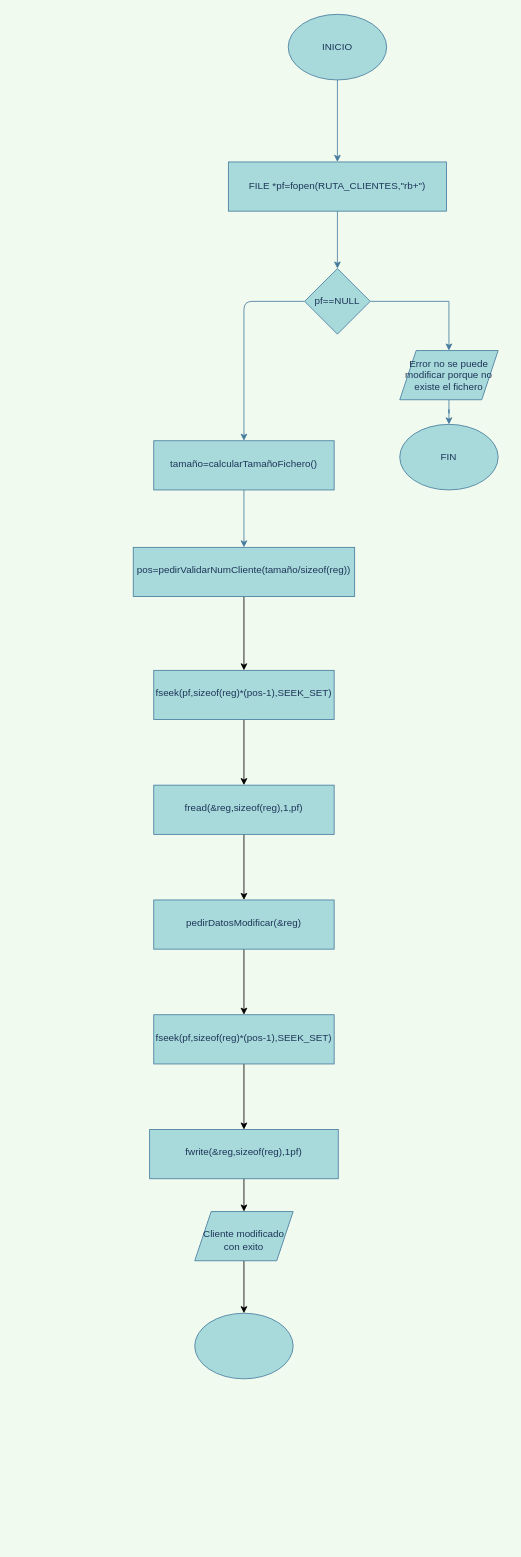
xabier100/PROGRAMACION_Proyecto_Servicios keeps this draw.io diagram as page "modificarCliente" (2 of 4) of ProyectoCXabierGarrote/ProyectoCXabierGarrote/OpcionesMenuClientes.drawio. Above is the earlier version. Source tidied: cells renumbered, new cells numbered last; positions are measured from the earlier drawing's top-left corner, leaving out a move shared by most shapes. Both pictures are drawn from the tidied source at 82%, with x=0, y=0 at pixel (133, 14).
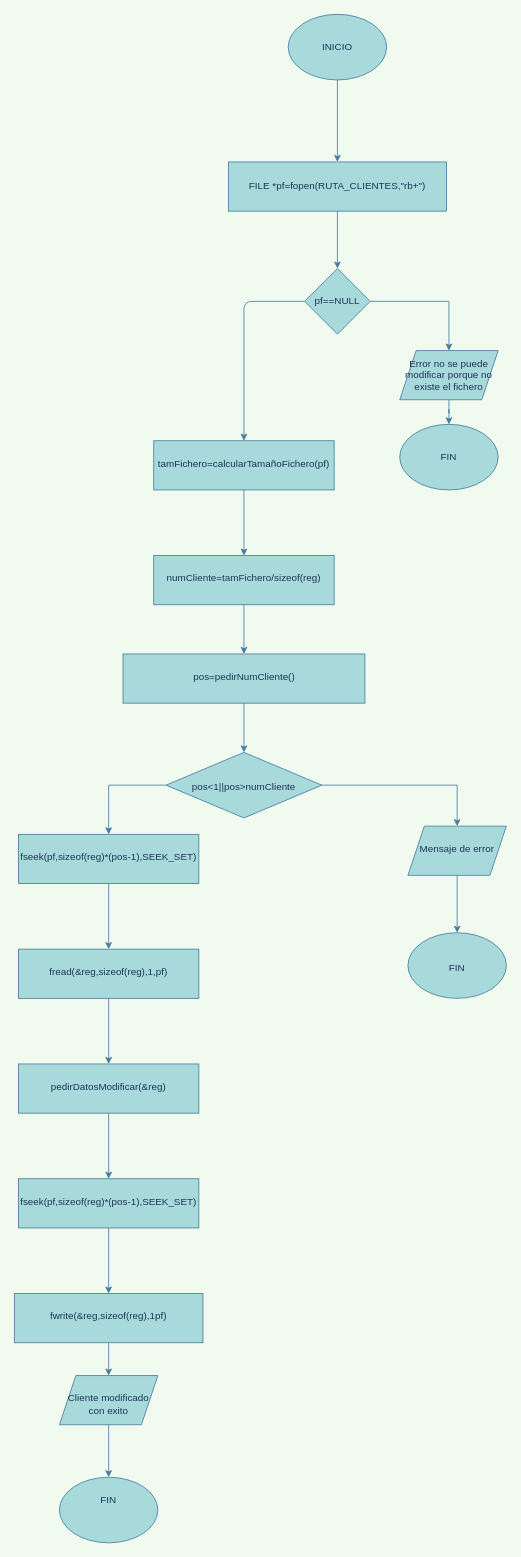
The same diagram, later.

The change refers to these unchanged cells:
```xml
<mxCell id="3" value="INICIO" style="ellipse;whiteSpace=wrap;html=1;fillColor=#A8DADC;strokeColor=#457B9D;fontColor=#1D3557;" parent="1" vertex="1">
  <mxGeometry x="189" width="120" height="80" as="geometry" />
</mxCell>
<mxCell id="5" value="FILE *pf=fopen(RUTA_CLIENTES,&quot;rb+&quot;)" style="whiteSpace=wrap;html=1;fontColor=#1D3557;strokeColor=#457B9D;fillColor=#A8DADC;" parent="1" vertex="1">
  <mxGeometry x="116" y="180" width="266" height="60" as="geometry" />
</mxCell>
<mxCell id="8" value="pf==NULL" style="rhombus;whiteSpace=wrap;html=1;fontColor=#1D3557;strokeColor=#457B9D;fillColor=#A8DADC;" parent="1" vertex="1">
  <mxGeometry x="209" y="310" width="80" height="80" as="geometry" />
</mxCell>
<mxCell id="10" value="Error no se puede modificar porque no existe el fichero" style="shape=parallelogram;perimeter=parallelogramPerimeter;whiteSpace=wrap;html=1;fixedSize=1;fontColor=#1D3557;strokeColor=#457B9D;fillColor=#A8DADC;" parent="1" vertex="1">
  <mxGeometry x="325" y="410" width="120" height="60" as="geometry" />
</mxCell>
<mxCell id="11" value="FIN" style="ellipse;whiteSpace=wrap;html=1;fontColor=#1D3557;strokeColor=#457B9D;fillColor=#A8DADC;" parent="1" vertex="1">
  <mxGeometry x="325" y="500" width="120" height="80" as="geometry" />
</mxCell>
```

What changed in the source:
```diff
@@
-    <mxCell id="2" style="edgeStyle=orthogonalEdgeStyle;rounded=0;jettySize=auto;html=1;labelBackgroundColor=#F1FAEE;strokeColor=#457B9D;fontColor=#1D3557;" parent="1" edge="1" source="3" target="5">
+    <mxCell id="2" style="edgeStyle=orthogonalEdgeStyle;rounded=0;jettySize=auto;html=1;strokeColor=#457B9D;fontColor=#1D3557;labelBackgroundColor=#F1FAEE;" parent="1" edge="1" source="3" target="5">
       <mxGeometry relative="1" as="geometry" />
     </mxCell>
@@
-    <mxCell id="4" style="edgeStyle=orthogonalEdgeStyle;rounded=0;jettySize=auto;html=1;labelBackgroundColor=#F1FAEE;strokeColor=#457B9D;fontColor=#1D3557;" parent="1" edge="1" source="5" target="8">
+    <mxCell id="4" style="edgeStyle=orthogonalEdgeStyle;rounded=0;jettySize=auto;html=1;strokeColor=#457B9D;fontColor=#1D3557;labelBackgroundColor=#F1FAEE;" parent="1" edge="1" source="5" target="8">
       <mxGeometry relative="1" as="geometry" />
     </mxCell>
@@
-    <mxCell id="6" style="edgeStyle=orthogonalEdgeStyle;rounded=0;jettySize=auto;html=1;labelBackgroundColor=#F1FAEE;strokeColor=#457B9D;fontColor=#1D3557;" parent="1" edge="1" source="8" target="10">
+    <mxCell id="6" style="edgeStyle=orthogonalEdgeStyle;rounded=0;jettySize=auto;html=1;strokeColor=#457B9D;fontColor=#1D3557;labelBackgroundColor=#F1FAEE;" parent="1" edge="1" source="8" target="10">
       <mxGeometry relative="1" as="geometry" />
     </mxCell>
-    <mxCell id="7" style="edgeStyle=orthogonalEdgeStyle;curved=0;rounded=1;sketch=0;jettySize=auto;html=1;strokeColor=#457B9D;fillColor=#A8DADC;fontColor=#1D3557;entryX=0.5;entryY=0;entryDx=0;entryDy=0;" parent="1" edge="1" source="8" target="13">
+    <mxCell id="7" style="edgeStyle=orthogonalEdgeStyle;curved=0;rounded=1;sketch=0;jettySize=auto;html=1;strokeColor=#457B9D;fillColor=#A8DADC;fontColor=#1D3557;entryX=0.5;entryY=0;entryDx=0;entryDy=0;labelBackgroundColor=#F1FAEE;" parent="1" edge="1" source="8" target="13">
       <mxGeometry relative="1" as="geometry">
         <Array as="points">
           <mxPoint x="135" y="350" />
         </Array>
       </mxGeometry>
     </mxCell>
@@
-    <mxCell id="9" style="edgeStyle=orthogonalEdgeStyle;curved=0;rounded=1;sketch=0;jettySize=auto;html=1;strokeColor=#457B9D;fillColor=#A8DADC;fontColor=#1D3557;" parent="1" edge="1" source="10" target="11">
+    <mxCell id="9" style="edgeStyle=orthogonalEdgeStyle;curved=0;rounded=1;sketch=0;jettySize=auto;html=1;strokeColor=#457B9D;fillColor=#A8DADC;fontColor=#1D3557;labelBackgroundColor=#F1FAEE;" parent="1" edge="1" source="10" target="11">
       <mxGeometry relative="1" as="geometry" />
     </mxCell>
@@
-    <mxCell id="12" style="edgeStyle=orthogonalEdgeStyle;curved=0;rounded=1;sketch=0;jettySize=auto;html=1;strokeColor=#457B9D;fillColor=#A8DADC;fontColor=#1D3557;" parent="1" edge="1" source="13" target="15">
-      <mxGeometry relative="1" as="geometry" />
-    </mxCell>
+    <mxCell id="29" style="edgeStyle=orthogonalEdgeStyle;rounded=0;jettySize=auto;html=1;labelBackgroundColor=#F1FAEE;strokeColor=#457B9D;fontColor=#1D3557;" parent="1" edge="1" source="13" target="32">
+      <mxGeometry relative="1" as="geometry" />
+    </mxCell>
-    <mxCell id="13" value="&lt;br&gt;tamaño=calcularTamañoFichero()" style="whiteSpace=wrap;html=1;rounded=0;fontColor=#1D3557;verticalAlign=top;strokeColor=#457B9D;fillColor=#A8DADC;sketch=0;" parent="1" vertex="1">
+    <mxCell id="13" value="&lt;br&gt;tamFichero=calcularTamañoFichero(pf)" style="whiteSpace=wrap;html=1;rounded=0;fontColor=#1D3557;verticalAlign=top;strokeColor=#457B9D;fillColor=#A8DADC;sketch=0;" parent="1" vertex="1">
       <mxGeometry x="25" y="520" width="220" height="60" as="geometry" />
     </mxCell>
-    <mxCell id="14" style="edgeStyle=orthogonalEdgeStyle;rounded=0;jettySize=auto;html=1;" parent="1" edge="1" source="15" target="17">
-      <mxGeometry relative="1" as="geometry" />
-    </mxCell>
+    <mxCell id="30" style="edgeStyle=orthogonalEdgeStyle;rounded=0;jettySize=auto;html=1;labelBackgroundColor=#F1FAEE;strokeColor=#457B9D;fontColor=#1D3557;" parent="1" edge="1" source="15" target="35">
+      <mxGeometry relative="1" as="geometry" />
+    </mxCell>
-    <mxCell id="15" value="&lt;br&gt;pos=pedirValidarNumCliente(tamaño/sizeof(reg))" style="whiteSpace=wrap;html=1;rounded=0;fontColor=#1D3557;verticalAlign=top;strokeColor=#457B9D;fillColor=#A8DADC;sketch=0;" parent="1" vertex="1">
-      <mxGeometry y="650" width="270" height="60" as="geometry" />
+    <mxCell id="15" value="&lt;br&gt;pos=pedirNumCliente()" style="whiteSpace=wrap;html=1;rounded=0;fontColor=#1D3557;verticalAlign=top;strokeColor=#457B9D;fillColor=#A8DADC;sketch=0;" parent="1" vertex="1">
+      <mxGeometry x="-12.5" y="780" width="295" height="60" as="geometry" />
     </mxCell>
-    <mxCell id="16" style="edgeStyle=orthogonalEdgeStyle;rounded=0;jettySize=auto;html=1;" parent="1" edge="1" source="17" target="19">
+    <mxCell id="16" style="edgeStyle=orthogonalEdgeStyle;rounded=0;jettySize=auto;html=1;labelBackgroundColor=#F1FAEE;strokeColor=#457B9D;fontColor=#1D3557;" parent="1" edge="1" source="17" target="19">
       <mxGeometry relative="1" as="geometry" />
     </mxCell>
     <mxCell id="17" value="&lt;br&gt;fseek(pf,sizeof(reg)*(pos-1),SEEK_SET)" style="whiteSpace=wrap;html=1;rounded=0;fontColor=#1D3557;verticalAlign=top;strokeColor=#457B9D;fillColor=#A8DADC;sketch=0;" parent="1" vertex="1">
-      <mxGeometry x="25" y="800" width="220" height="60" as="geometry" />
+      <mxGeometry x="-140" y="1000" width="220" height="60" as="geometry" />
     </mxCell>
-    <mxCell id="18" style="edgeStyle=orthogonalEdgeStyle;rounded=0;jettySize=auto;html=1;" parent="1" edge="1" source="19" target="21">
+    <mxCell id="18" style="edgeStyle=orthogonalEdgeStyle;rounded=0;jettySize=auto;html=1;labelBackgroundColor=#F1FAEE;strokeColor=#457B9D;fontColor=#1D3557;" parent="1" edge="1" source="19" target="21">
       <mxGeometry relative="1" as="geometry" />
     </mxCell>
     <mxCell id="19" value="&lt;br&gt;fread(&amp;amp;reg,sizeof(reg),1,pf)" style="whiteSpace=wrap;html=1;rounded=0;fontColor=#1D3557;verticalAlign=top;strokeColor=#457B9D;fillColor=#A8DADC;sketch=0;" parent="1" vertex="1">
-      <mxGeometry x="25" y="940" width="220" height="60" as="geometry" />
+      <mxGeometry x="-140" y="1140" width="220" height="60" as="geometry" />
     </mxCell>
-    <mxCell id="20" style="edgeStyle=orthogonalEdgeStyle;rounded=0;jettySize=auto;html=1;" parent="1" edge="1" source="21" target="23">
+    <mxCell id="20" style="edgeStyle=orthogonalEdgeStyle;rounded=0;jettySize=auto;html=1;labelBackgroundColor=#F1FAEE;strokeColor=#457B9D;fontColor=#1D3557;" parent="1" edge="1" source="21" target="23">
       <mxGeometry relative="1" as="geometry" />
     </mxCell>
     <mxCell id="21" value="&lt;br&gt;pedirDatosModificar(&amp;amp;reg)" style="whiteSpace=wrap;html=1;rounded=0;fontColor=#1D3557;verticalAlign=top;strokeColor=#457B9D;fillColor=#A8DADC;sketch=0;" parent="1" vertex="1">
-      <mxGeometry x="25" y="1080" width="220" height="60" as="geometry" />
+      <mxGeometry x="-140" y="1280" width="220" height="60" as="geometry" />
     </mxCell>
-    <mxCell id="22" style="edgeStyle=orthogonalEdgeStyle;rounded=0;jettySize=auto;html=1;" parent="1" edge="1" source="23" target="25">
+    <mxCell id="22" style="edgeStyle=orthogonalEdgeStyle;rounded=0;jettySize=auto;html=1;labelBackgroundColor=#F1FAEE;strokeColor=#457B9D;fontColor=#1D3557;" parent="1" edge="1" source="23" target="25">
       <mxGeometry relative="1" as="geometry" />
     </mxCell>
     <mxCell id="23" value="&lt;br&gt;fseek(pf,sizeof(reg)*(pos-1),SEEK_SET)" style="whiteSpace=wrap;html=1;rounded=0;fontColor=#1D3557;verticalAlign=top;strokeColor=#457B9D;fillColor=#A8DADC;sketch=0;" parent="1" vertex="1">
-      <mxGeometry x="25" y="1220" width="220" height="60" as="geometry" />
+      <mxGeometry x="-140" y="1420" width="220" height="60" as="geometry" />
     </mxCell>
-    <mxCell id="24" style="edgeStyle=orthogonalEdgeStyle;rounded=0;jettySize=auto;html=1;" parent="1" edge="1" source="25" target="28">
+    <mxCell id="24" style="edgeStyle=orthogonalEdgeStyle;rounded=0;jettySize=auto;html=1;labelBackgroundColor=#F1FAEE;strokeColor=#457B9D;fontColor=#1D3557;" parent="1" edge="1" source="25" target="28">
       <mxGeometry relative="1" as="geometry" />
     </mxCell>
     <mxCell id="25" value="&lt;br&gt;fwrite(&amp;amp;reg,sizeof(reg),1pf)" style="whiteSpace=wrap;html=1;rounded=0;fontColor=#1D3557;verticalAlign=top;strokeColor=#457B9D;fillColor=#A8DADC;sketch=0;" parent="1" vertex="1">
-      <mxGeometry x="20" y="1360" width="230" height="60" as="geometry" />
+      <mxGeometry x="-145" y="1560" width="230" height="60" as="geometry" />
     </mxCell>
-    <mxCell id="26" style="ellipse;whiteSpace=wrap;html=1;rounded=0;fontColor=#1D3557;verticalAlign=top;strokeColor=#457B9D;fillColor=#A8DADC;sketch=0;" parent="1" vertex="1">
-      <mxGeometry x="75" y="1584" width="120" height="80" as="geometry" />
+    <mxCell id="26" value="&lt;br&gt;FIN" style="ellipse;whiteSpace=wrap;html=1;rounded=0;fontColor=#1D3557;verticalAlign=top;strokeColor=#457B9D;fillColor=#A8DADC;sketch=0;" parent="1" vertex="1">
+      <mxGeometry x="-90" y="1784" width="120" height="80" as="geometry" />
     </mxCell>
-    <mxCell id="27" style="edgeStyle=orthogonalEdgeStyle;rounded=0;jettySize=auto;html=1;" parent="1" edge="1" source="28" target="26">
+    <mxCell id="27" style="edgeStyle=orthogonalEdgeStyle;rounded=0;jettySize=auto;html=1;labelBackgroundColor=#F1FAEE;strokeColor=#457B9D;fontColor=#1D3557;" parent="1" edge="1" source="28" target="26">
       <mxGeometry relative="1" as="geometry" />
     </mxCell>
     <mxCell id="28" value="&lt;br&gt;Cliente modificado con exito" style="shape=parallelogram;perimeter=parallelogramPerimeter;whiteSpace=wrap;html=1;fixedSize=1;rounded=0;fontColor=#1D3557;verticalAlign=top;strokeColor=#457B9D;fillColor=#A8DADC;sketch=0;" parent="1" vertex="1">
-      <mxGeometry x="75" y="1460" width="120" height="60" as="geometry" />
+      <mxGeometry x="-90" y="1660" width="120" height="60" as="geometry" />
     </mxCell>
+    <mxCell id="31" style="edgeStyle=orthogonalEdgeStyle;rounded=0;jettySize=auto;html=1;labelBackgroundColor=#F1FAEE;strokeColor=#457B9D;fontColor=#1D3557;" parent="1" edge="1" source="32" target="15">
+      <mxGeometry relative="1" as="geometry" />
+    </mxCell>
+    <mxCell id="32" value="&lt;br&gt;numCliente=tamFichero/sizeof(reg)" style="whiteSpace=wrap;html=1;rounded=0;fontColor=#1D3557;verticalAlign=top;strokeColor=#457B9D;fillColor=#A8DADC;sketch=0;" parent="1" vertex="1">
+      <mxGeometry x="25" y="660" width="220" height="60" as="geometry" />
+    </mxCell>
+    <mxCell id="33" style="edgeStyle=orthogonalEdgeStyle;rounded=0;jettySize=auto;html=1;labelBackgroundColor=#F1FAEE;strokeColor=#457B9D;fontColor=#1D3557;" parent="1" edge="1" source="35" target="37">
+      <mxGeometry relative="1" as="geometry" />
+    </mxCell>
+    <mxCell id="34" style="edgeStyle=orthogonalEdgeStyle;rounded=0;jettySize=auto;html=1;labelBackgroundColor=#F1FAEE;strokeColor=#457B9D;fontColor=#1D3557;" parent="1" edge="1" source="35" target="17">
+      <mxGeometry relative="1" as="geometry">
+        <Array as="points">
+          <mxPoint x="-30" y="940" />
+        </Array>
+      </mxGeometry>
+    </mxCell>
+    <mxCell id="35" value="&lt;br&gt;&lt;br&gt;pos&amp;lt;1||pos&amp;gt;numCliente" style="rhombus;whiteSpace=wrap;html=1;rounded=0;fontColor=#1D3557;verticalAlign=top;strokeColor=#457B9D;fillColor=#A8DADC;sketch=0;" parent="1" vertex="1">
+      <mxGeometry x="40" y="900" width="190" height="80" as="geometry" />
+    </mxCell>
+    <mxCell id="36" style="edgeStyle=orthogonalEdgeStyle;rounded=0;jettySize=auto;html=1;labelBackgroundColor=#F1FAEE;strokeColor=#457B9D;fontColor=#1D3557;" parent="1" edge="1" source="37" target="38">
+      <mxGeometry relative="1" as="geometry" />
+    </mxCell>
+    <mxCell id="37" value="&lt;br&gt;Mensaje de error" style="shape=parallelogram;perimeter=parallelogramPerimeter;whiteSpace=wrap;html=1;fixedSize=1;rounded=0;fontColor=#1D3557;verticalAlign=top;strokeColor=#457B9D;fillColor=#A8DADC;sketch=0;" parent="1" vertex="1">
+      <mxGeometry x="335" y="990" width="120" height="60" as="geometry" />
+    </mxCell>
+    <mxCell id="38" value="&lt;br&gt;&lt;br&gt;FIN" style="ellipse;whiteSpace=wrap;html=1;rounded=0;fontColor=#1D3557;verticalAlign=top;strokeColor=#457B9D;fillColor=#A8DADC;sketch=0;" parent="1" vertex="1">
+      <mxGeometry x="335" y="1120" width="120" height="80" as="geometry" />
+    </mxCell>
```
